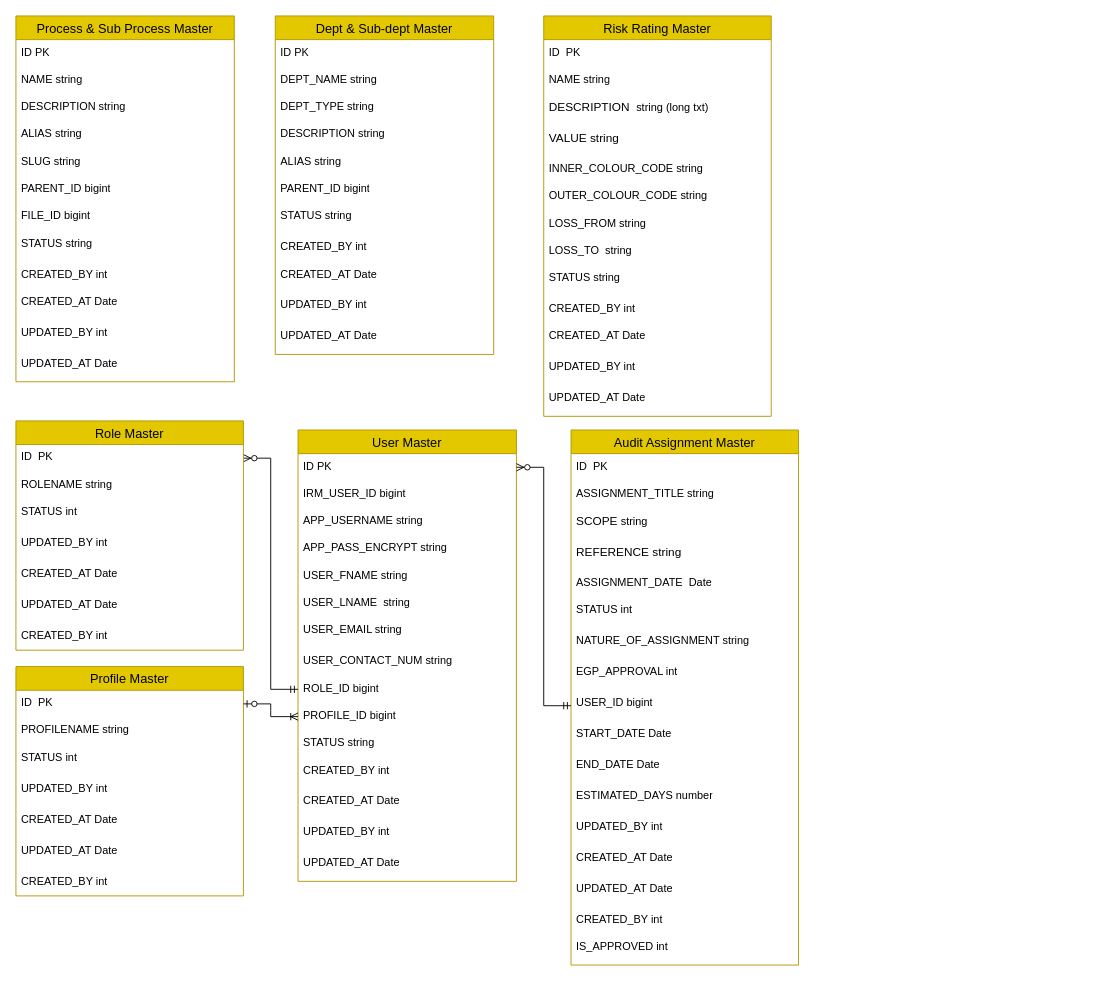
Earlier version of the draw.io diagram ER Diagram.drawio (AvikM1996/draw.io). Source tidied: cells renumbered, new cells numbered last; positions are measured from the earlier drawing's top-left corner, leaving out a move shared by most shapes. Both pictures are drawn from the tidied source at 91%, with x=0, y=0 at pixel (15, 15).
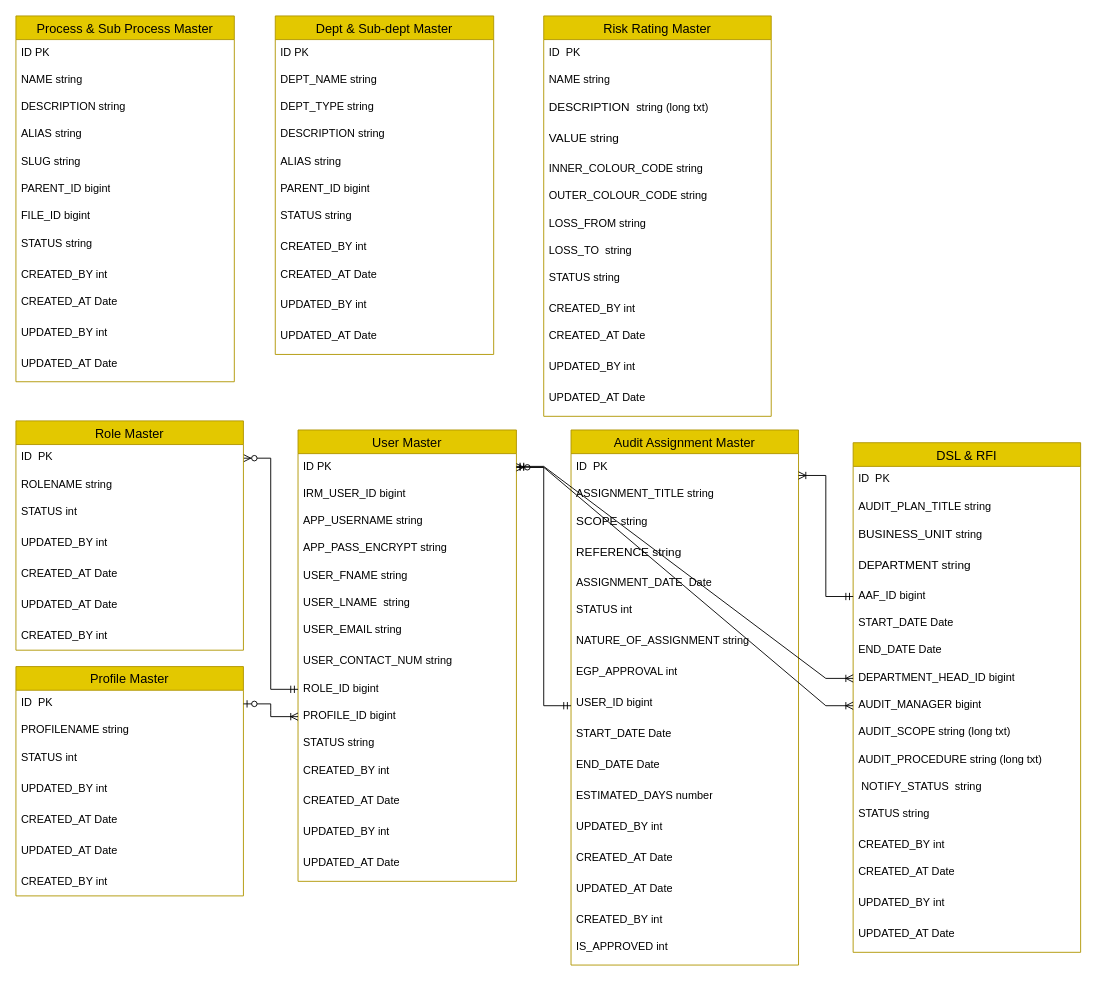
After the change.

Unchanged cells that the change refers to:
```xml
<mxCell id="42" value="ID&amp;nbsp; PK" style="text;strokeColor=none;fillColor=none;spacingLeft=4;spacingRight=4;overflow=hidden;points=[[0,0.5],[1,0.5]];portConstraint=eastwest;fontSize=12;whiteSpace=wrap;html=1;" parent="41" vertex="1">
  <mxGeometry y="26" width="250" height="30" as="geometry" />
</mxCell>
<mxCell id="60" value="ID PK" style="text;strokeColor=none;fillColor=none;spacingLeft=4;spacingRight=4;overflow=hidden;points=[[0,0.5],[1,0.5]];portConstraint=eastwest;fontSize=12;whiteSpace=wrap;html=1;" parent="59" vertex="1">
  <mxGeometry y="26" width="240" height="30" as="geometry" />
</mxCell>
```

Change to the diagram source:
```diff
@@
+    <mxCell id="94" value="DSL &amp; RFI" style="swimlane;fontStyle=0;horizontal=1;startSize=26;align=center;fontSize=14;fillColor=#e3c800;strokeColor=#B09500;fontColor=#000000;" parent="1" vertex="1">
+      <mxGeometry x="920" y="469" width="250" height="560" as="geometry" />
+    </mxCell>
+    <mxCell id="95" value="ID&amp;nbsp; PK" style="text;strokeColor=none;fillColor=none;spacingLeft=4;spacingRight=4;overflow=hidden;fontSize=12;whiteSpace=wrap;html=1;" parent="94" vertex="1">
+      <mxGeometry y="26" width="250" height="30" as="geometry" />
+    </mxCell>
+    <mxCell id="96" value="AUDIT_PLAN_TITLE string" style="text;strokeColor=none;fillColor=none;spacingLeft=4;spacingRight=4;overflow=hidden;fontSize=12;whiteSpace=wrap;html=1;" parent="94" vertex="1">
+      <mxGeometry y="56" width="250" height="30" as="geometry" />
+    </mxCell>
+    <mxCell id="97" value="&lt;font style=&quot;&quot; size=&quot;2&quot; face=&quot;Nunito Sans, sans-serif&quot;&gt;BUSINESS_UNIT&amp;nbsp;&lt;/font&gt;string&amp;nbsp;" style="text;strokeColor=none;fillColor=none;spacingLeft=4;spacingRight=4;overflow=hidden;fontSize=12;whiteSpace=wrap;html=1;" parent="94" vertex="1">
+      <mxGeometry y="86" width="250" height="34" as="geometry" />
+    </mxCell>
+    <mxCell id="98" value="&lt;font style=&quot;&quot; size=&quot;2&quot; face=&quot;Nunito Sans, sans-serif&quot;&gt;DEPARTMENT string&lt;/font&gt;" style="text;strokeColor=none;fillColor=none;spacingLeft=4;spacingRight=4;overflow=hidden;fontSize=12;whiteSpace=wrap;html=1;" parent="94" vertex="1">
+      <mxGeometry y="120" width="250" height="34" as="geometry" />
+    </mxCell>
+    <mxCell id="99" value="AAF_ID bigint" style="text;strokeColor=none;fillColor=none;spacingLeft=4;spacingRight=4;overflow=hidden;points=[[0,0.5],[1,0.5]];portConstraint=eastwest;fontSize=12;whiteSpace=wrap;html=1;" parent="94" vertex="1">
+      <mxGeometry y="154" width="250" height="30" as="geometry" />
+    </mxCell>
+    <mxCell id="100" value="START_DATE Date" style="text;strokeColor=none;fillColor=none;spacingLeft=4;spacingRight=4;overflow=hidden;fontSize=12;whiteSpace=wrap;html=1;" parent="94" vertex="1">
+      <mxGeometry y="184" width="250" height="30" as="geometry" />
+    </mxCell>
+    <mxCell id="101" value="END_DATE Date" style="text;strokeColor=none;fillColor=none;spacingLeft=4;spacingRight=4;overflow=hidden;fontSize=12;whiteSpace=wrap;html=1;" parent="94" vertex="1">
+      <mxGeometry y="214" width="250" height="30" as="geometry" />
+    </mxCell>
+    <mxCell id="102" value="DEPARTMENT_HEAD_ID bigint" style="text;strokeColor=none;fillColor=none;spacingLeft=4;spacingRight=4;overflow=hidden;points=[[0,0.5],[1,0.5]];portConstraint=eastwest;fontSize=12;whiteSpace=wrap;html=1;" parent="94" vertex="1">
+      <mxGeometry y="244" width="250" height="30" as="geometry" />
+    </mxCell>
+    <mxCell id="103" value="AUDIT_MANAGER bigint" style="text;strokeColor=none;fillColor=none;spacingLeft=4;spacingRight=4;overflow=hidden;points=[[0,0.5],[1,0.5]];portConstraint=eastwest;fontSize=12;whiteSpace=wrap;html=1;" parent="94" vertex="1">
+      <mxGeometry y="274" width="250" height="30" as="geometry" />
+    </mxCell>
+    <mxCell id="104" value="AUDIT_SCOPE string (long txt)" style="text;strokeColor=none;fillColor=none;spacingLeft=4;spacingRight=4;overflow=hidden;fontSize=12;whiteSpace=wrap;html=1;" parent="94" vertex="1">
+      <mxGeometry y="304" width="250" height="30" as="geometry" />
+    </mxCell>
+    <mxCell id="105" value="AUDIT_PROCEDURE string (long txt)" style="text;strokeColor=none;fillColor=none;spacingLeft=4;spacingRight=4;overflow=hidden;fontSize=12;whiteSpace=wrap;html=1;" parent="94" vertex="1">
+      <mxGeometry y="334" width="250" height="30" as="geometry" />
+    </mxCell>
+    <mxCell id="106" value="&lt;font face=&quot;monospace&quot; color=&quot;rgba(0, 0, 0, 0)&quot;&gt;&lt;span style=&quot;font-size: 0px; text-wrap: nowrap;&quot;&gt;LOSS_TONOTIFY_STATUS&lt;/span&gt;&lt;/font&gt;&amp;nbsp;NOTIFY_STATUS&amp;nbsp; string" style="text;strokeColor=none;fillColor=none;spacingLeft=4;spacingRight=4;overflow=hidden;fontSize=12;whiteSpace=wrap;html=1;" parent="94" vertex="1">
+      <mxGeometry y="364" width="250" height="30" as="geometry" />
+    </mxCell>
+    <mxCell id="107" value="STATUS string" style="text;strokeColor=none;fillColor=none;spacingLeft=4;spacingRight=4;overflow=hidden;fontSize=12;whiteSpace=wrap;html=1;" parent="94" vertex="1">
+      <mxGeometry y="394" width="250" height="34" as="geometry" />
+    </mxCell>
+    <mxCell id="108" value="CREATED_BY int" style="text;strokeColor=none;fillColor=none;spacingLeft=4;spacingRight=4;overflow=hidden;fontSize=12;whiteSpace=wrap;html=1;" parent="94" vertex="1">
+      <mxGeometry y="428" width="250" height="30" as="geometry" />
+    </mxCell>
+    <mxCell id="109" value="CREATED_AT Date" style="text;strokeColor=none;fillColor=none;spacingLeft=4;spacingRight=4;overflow=hidden;fontSize=12;whiteSpace=wrap;html=1;" parent="94" vertex="1">
+      <mxGeometry y="458" width="250" height="34" as="geometry" />
+    </mxCell>
+    <mxCell id="110" value="UPDATED_BY int" style="text;strokeColor=none;fillColor=none;spacingLeft=4;spacingRight=4;overflow=hidden;fontSize=12;whiteSpace=wrap;html=1;" parent="94" vertex="1">
+      <mxGeometry y="492" width="250" height="34" as="geometry" />
+    </mxCell>
+    <mxCell id="111" value="UPDATED_AT Date" style="text;strokeColor=none;fillColor=none;spacingLeft=4;spacingRight=4;overflow=hidden;fontSize=12;whiteSpace=wrap;html=1;" parent="94" vertex="1">
+      <mxGeometry y="526" width="250" height="34" as="geometry" />
+    </mxCell>
+    <mxCell id="112" style="edgeStyle=entityRelationEdgeStyle;fontSize=12;html=1;endArrow=ERoneToMany;startArrow=ERmandOne;rounded=0;entryX=1;entryY=0.8;entryDx=0;entryDy=0;entryPerimeter=0;exitX=0;exitY=0.5;exitDx=0;exitDy=0;" parent="1" edge="1" source="99" target="42">
+      <mxGeometry relative="1" as="geometry" />
+    </mxCell>
+    <mxCell id="113" style="edgeStyle=entityRelationEdgeStyle;fontSize=12;html=1;endArrow=ERoneToMany;startArrow=ERmandOne;rounded=0;entryX=0;entryY=0.5;entryDx=0;entryDy=0;" parent="1" edge="1" target="102">
+      <mxGeometry relative="1" as="geometry">
+        <mxPoint x="550" y="495" as="sourcePoint" />
+      </mxGeometry>
+    </mxCell>
+    <mxCell id="114" style="edgeStyle=entityRelationEdgeStyle;fontSize=12;html=1;endArrow=ERoneToMany;startArrow=ERmandOne;rounded=0;entryX=0;entryY=0.5;entryDx=0;entryDy=0;exitX=1;exitY=0.5;exitDx=0;exitDy=0;" parent="1" edge="1" source="60" target="103">
+      <mxGeometry relative="1" as="geometry" />
+    </mxCell>
```
